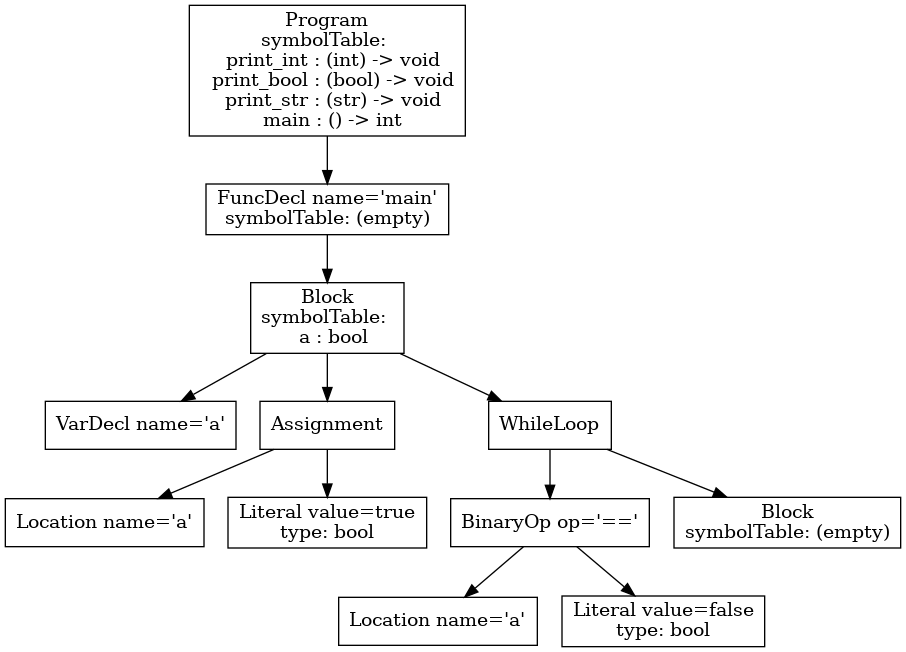
The Graphviz diagram ast.png in vtstew/p3-analysis, before a commit. Its source is kept beside it as ast.dot.
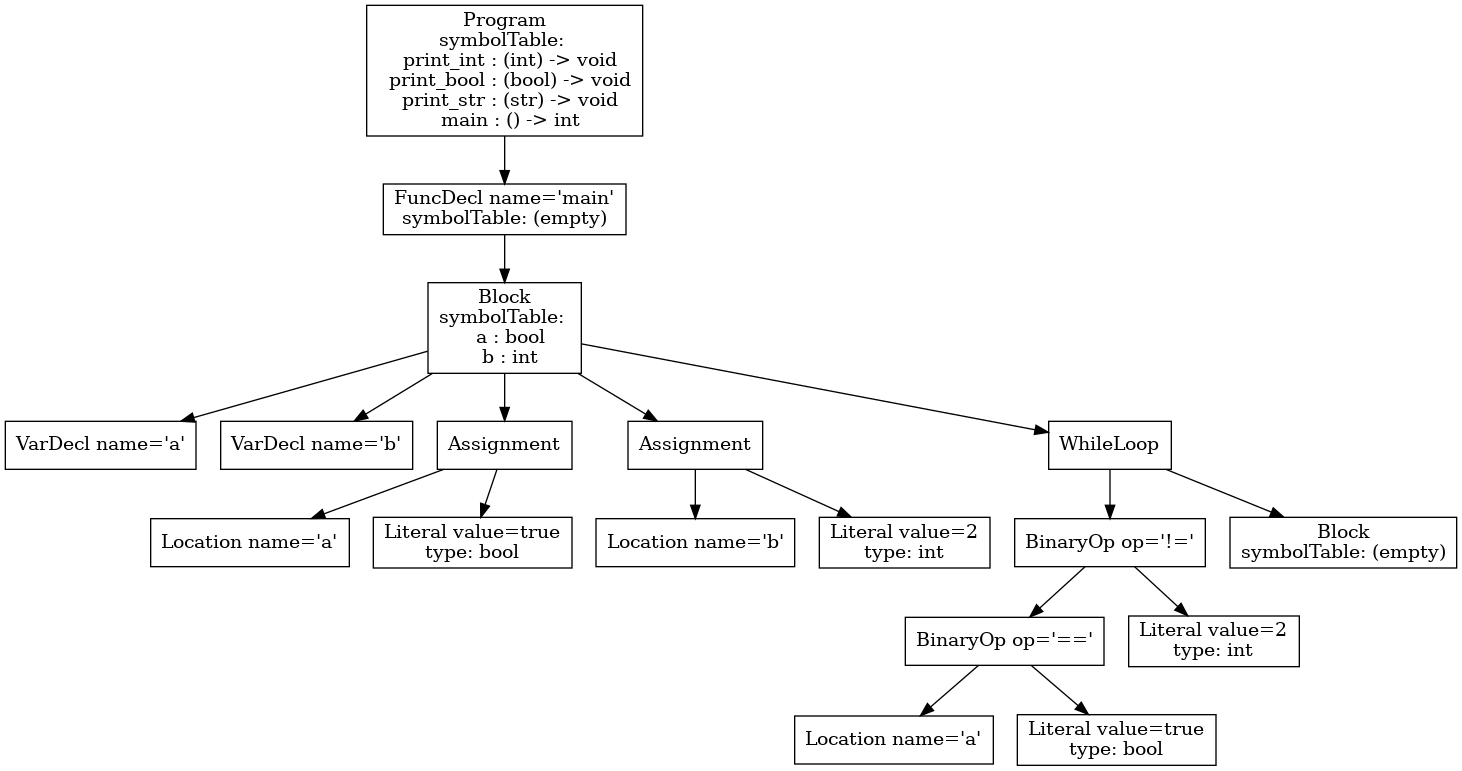
The same diagram one commit later.

What changed in the source:
```diff
@@ -1,23 +1,35 @@
 digraph AST {
 3 [shape=box, label="VarDecl name='a'"];
-5 [shape=box, label="Location name='a'"];
-6 [shape=box, label="Literal value=true\ntype: bool"];
-4 [shape=box, label="Assignment"];
-4 -> 5;
-4 -> 6;
-9 [shape=box, label="Location name='a'"];
-10 [shape=box, label="Literal value=false\ntype: bool"];
-8 [shape=box, label="BinaryOp op='=='"];
+4 [shape=box, label="VarDecl name='b'"];
+6 [shape=box, label="Location name='a'"];
+7 [shape=box, label="Literal value=true\ntype: bool"];
+5 [shape=box, label="Assignment"];
+5 -> 6;
+5 -> 7;
+9 [shape=box, label="Location name='b'"];
+10 [shape=box, label="Literal value=2\ntype: int"];
+8 [shape=box, label="Assignment"];
 8 -> 9;
 8 -> 10;
-11 [shape=box, label="Block\nsymbolTable: (empty)"];
-7 [shape=box, label="WhileLoop"];
-7 -> 8;
-7 -> 11;
-2 [shape=box, label="Block\nsymbolTable: \n  a : bool"];
+14 [shape=box, label="Location name='a'"];
+15 [shape=box, label="Literal value=true\ntype: bool"];
+13 [shape=box, label="BinaryOp op='=='"];
+13 -> 14;
+13 -> 15;
+16 [shape=box, label="Literal value=2\ntype: int"];
+12 [shape=box, label="BinaryOp op='!='"];
+12 -> 13;
+12 -> 16;
+17 [shape=box, label="Block\nsymbolTable: (empty)"];
+11 [shape=box, label="WhileLoop"];
+11 -> 12;
+11 -> 17;
+2 [shape=box, label="Block\nsymbolTable: \n  a : bool\n  b : int"];
 2 -> 3;
 2 -> 4;
-2 -> 7;
+2 -> 5;
+2 -> 8;
+2 -> 11;
 1 [shape=box, label="FuncDecl name='main'\nsymbolTable: (empty)"];
 1 -> 2;
 0 [shape=box, label="Program\nsymbolTable: \n  print_int : (int) -> void\n  print_bool : (bool) -> void\n  print_str : (str) -> void\n  main : () -> int"];
```
